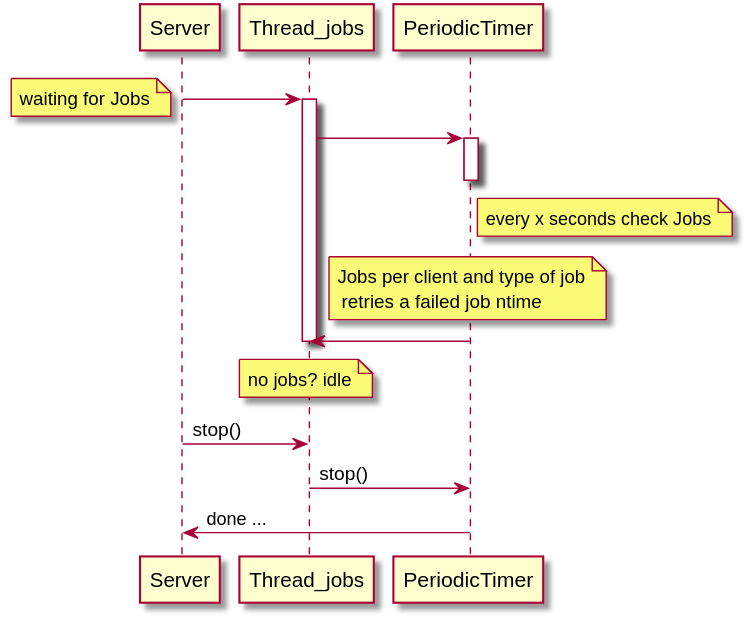
Above: UML/Threads.svg in valueerrorx/life-exam (PlantUML), before the change.
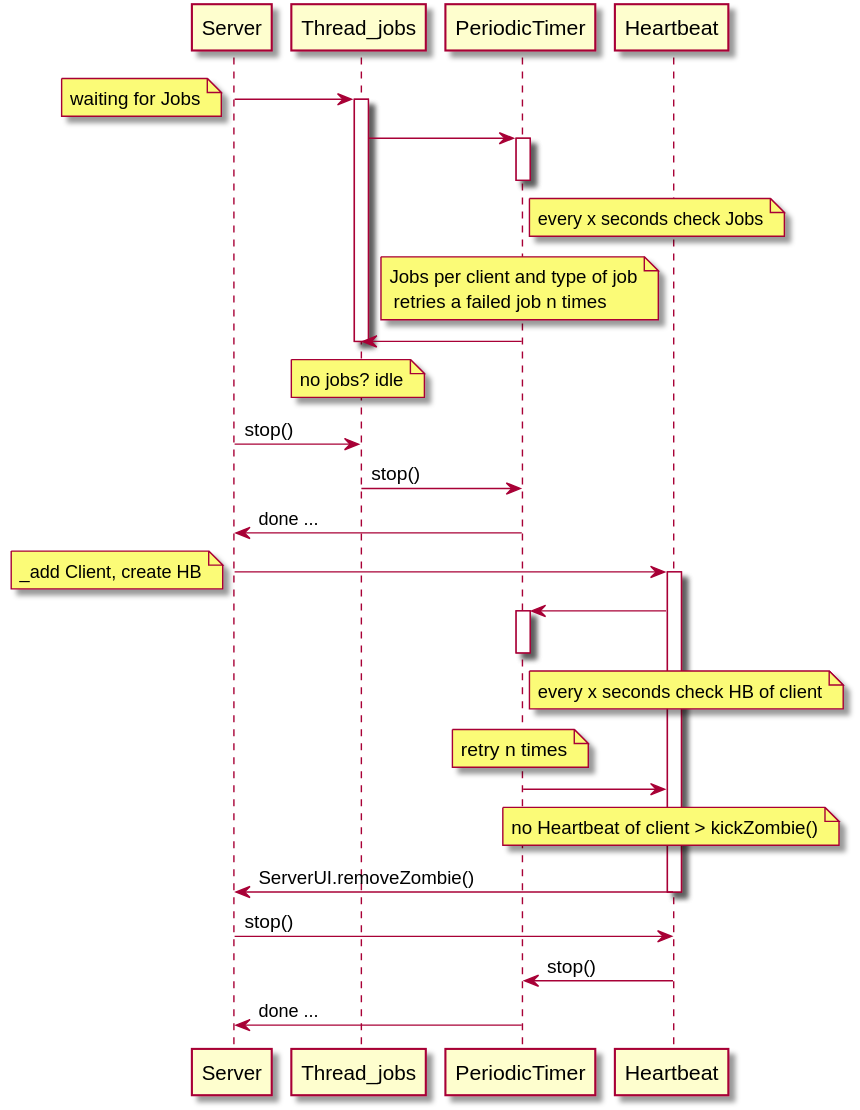
After the commit.

What changed in the source:
```diff
@@ -8,7 +8,7 @@
 	Thread_jobs -> PeriodicTimer
 	note right PeriodicTimer: every x seconds check Jobs
 	activate PeriodicTimer
-	note over PeriodicTimer: Jobs per client and type of job\n retries a failed job ntime
+	note over PeriodicTimer: Jobs per client and type of job\n retries a failed job n times
 	deactivate PeriodicTimer
 	PeriodicTimer -> Thread_jobs
 	note over Thread_jobs: no jobs? idle
@@ -17,4 +17,23 @@
 	Server -> Thread_jobs: stop()
 	Thread_jobs -> PeriodicTimer: stop()
 	PeriodicTimer -> Server: done ...
+
+	Server -> Heartbeat:
+	note left: _add Client, create HB
+	activate Heartbeat
+
+	Heartbeat -> PeriodicTimer
+	note right PeriodicTimer: every x seconds check HB of client
+	activate PeriodicTimer
+	note over PeriodicTimer: retry n times
+	deactivate PeriodicTimer
+
+	PeriodicTimer -> Heartbeat
+	note over Heartbeat: no Heartbeat of client > kickZombie()
+	Heartbeat -> Server: ServerUI.removeZombie()
+	deactivate Heartbeat
+
+	Server -> Heartbeat: stop()
+	Heartbeat -> PeriodicTimer: stop()
+	PeriodicTimer -> Server: done ...
 @enduml
```
